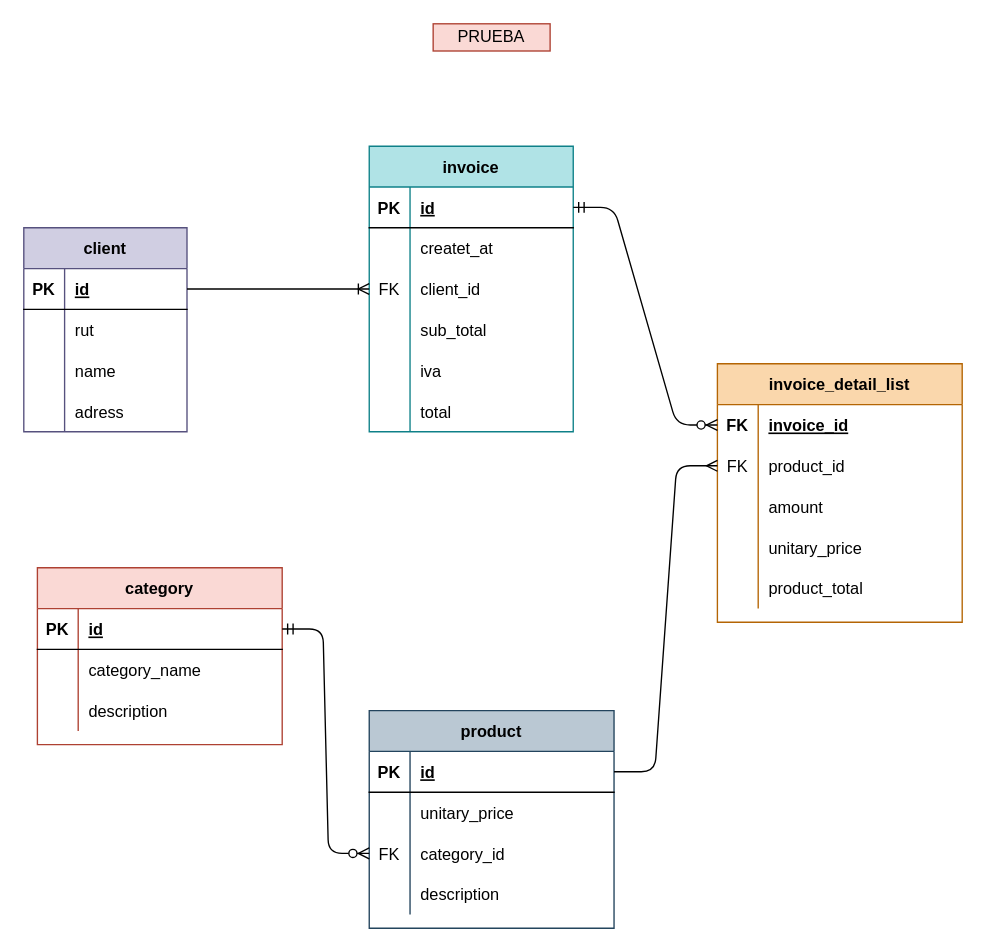
tomasbriones/postgres keeps this draw.io diagram as prueba/prueba.drawio. Above is the earlier version. Source tidied: cells renumbered, new cells numbered last; positions are measured from the earlier drawing's top-left corner, leaving out a move shared by most shapes. Both pictures are drawn from the tidied source at 136%, with x=0, y=0 at pixel (23, 23).
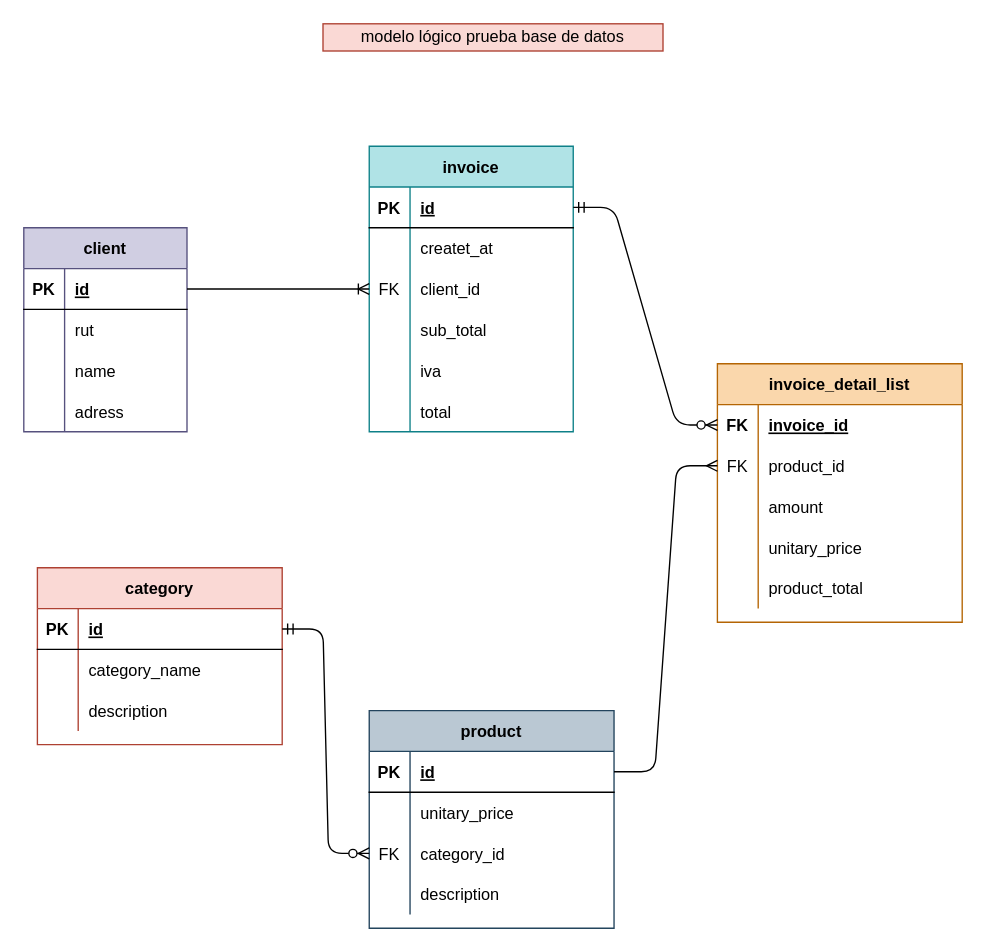
After the change.

Change to the diagram source:
```diff
@@
-    <mxCell id="77" value="PRUEBA" style="text;html=1;strokeColor=#ae4132;fillColor=#fad9d5;align=center;verticalAlign=middle;whiteSpace=wrap;rounded=0;" parent="1" vertex="1">
-      <mxGeometry x="301" width="86" height="20" as="geometry" />
+    <mxCell id="77" value="modelo lógico prueba base de datos" style="text;html=1;strokeColor=#ae4132;fillColor=#fad9d5;align=center;verticalAlign=middle;whiteSpace=wrap;rounded=0;" parent="1" vertex="1">
+      <mxGeometry x="220" width="250" height="20" as="geometry" />
     </mxCell>
```
